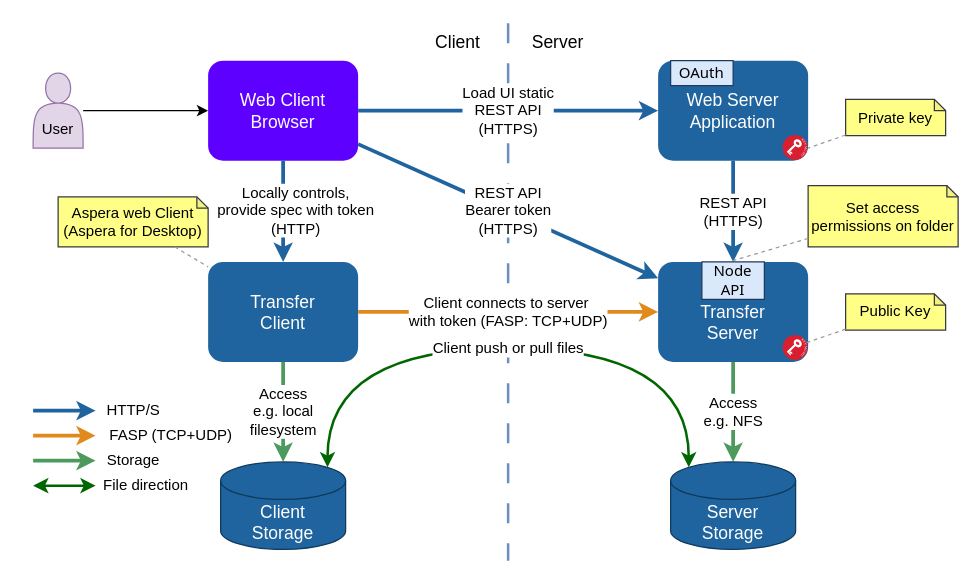
This is page "api-a3-scen" (9 of 9) of guide/images/diagrams.drawio from laurent-martin/aspera-api-examples, a draw.io file, before an edit. Source tidied: cells renumbered, new cells numbered last; positions are measured from the earlier drawing's top-left corner, leaving out a move shared by most shapes. Both pictures are drawn from the tidied source at 125%, with x=0, y=0 at pixel (32, 22).
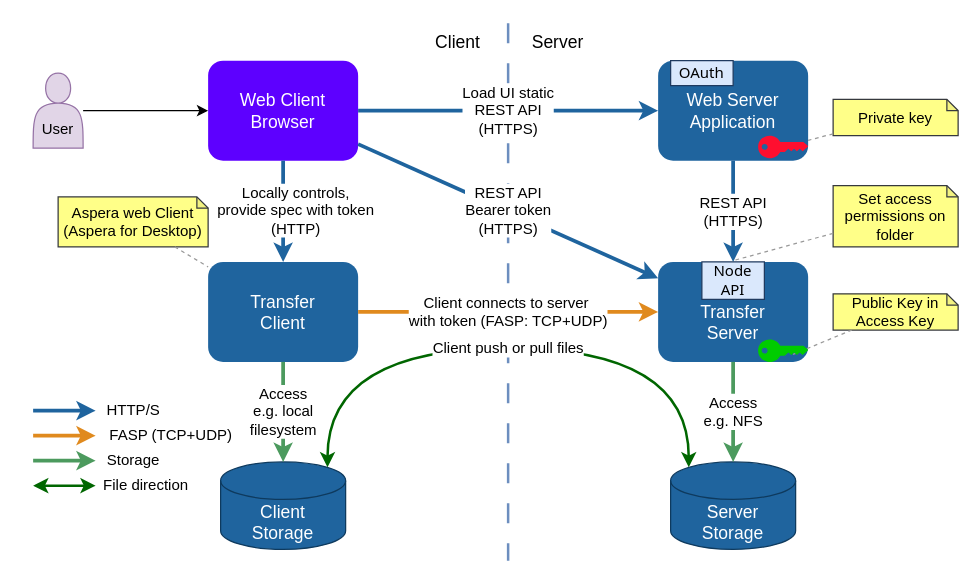
The same diagram, later.

The edit, as a diff of the source:
```diff
@@
     <mxCell id="13" value="Set access permissions on folder" style="shape=note;whiteSpace=wrap;html=1;backgroundOutline=1;darkOpacity=0.05;fillColor=#ffff88;strokeColor=#36393d;size=9;" parent="1" vertex="1">
-      <mxGeometry x="620" y="130" width="120" height="49" as="geometry" />
+      <mxGeometry x="640" y="130" width="100" height="49" as="geometry" />
     </mxCell>
@@
-    <mxCell id="30" style="image;perimeter=ellipsePerimeter;html=1;align=center;shadow=0;dashed=0;fontColor=#4277BB;labelBackgroundColor=default;fontSize=12;spacingTop=3;image=img/lib/ibm/blockchain/key_management.svg;imageBackground=none;" parent="1" vertex="1">
-      <mxGeometry x="600" y="90" width="20" height="20" as="geometry" />
-    </mxCell>
-    <mxCell id="31" style="image;perimeter=ellipsePerimeter;html=1;align=center;shadow=0;dashed=0;fontColor=#4277BB;labelBackgroundColor=default;fontSize=12;spacingTop=3;image=img/lib/ibm/blockchain/key_management.svg;imageBackground=none;" parent="1" vertex="1">
-      <mxGeometry x="600" y="250" width="20" height="20" as="geometry" />
-    </mxCell>
@@
     <mxCell id="33" value="Private key" style="shape=note;whiteSpace=wrap;html=1;backgroundOutline=1;darkOpacity=0.05;fillColor=#ffff88;strokeColor=#36393d;size=9;" parent="1" vertex="1">
-      <mxGeometry x="650" y="61" width="80" height="29" as="geometry" />
+      <mxGeometry x="640" y="61" width="100" height="29" as="geometry" />
     </mxCell>
-    <mxCell id="34" style="endArrow=none;dashed=1;html=1;strokeColor=#999999;entryX=1;entryY=0.5;entryDx=0;entryDy=0;" parent="1" edge="1" source="33" target="30">
+    <mxCell id="34" style="endArrow=none;dashed=1;html=1;strokeColor=#999999;" parent="1" edge="1" source="33" target="37">
       <mxGeometry relative="1" as="geometry" />
     </mxCell>
-    <mxCell id="35" value="Public Key" style="shape=note;whiteSpace=wrap;html=1;backgroundOutline=1;darkOpacity=0.05;fillColor=#ffff88;strokeColor=#36393d;size=9;" parent="1" vertex="1">
-      <mxGeometry x="650" y="216.5" width="80" height="29" as="geometry" />
+    <mxCell id="35" value="Public Key in Access Key" style="shape=note;whiteSpace=wrap;html=1;backgroundOutline=1;darkOpacity=0.05;fillColor=#ffff88;strokeColor=#36393d;size=9;" parent="1" vertex="1">
+      <mxGeometry x="640" y="216.5" width="100" height="29" as="geometry" />
     </mxCell>
-    <mxCell id="36" style="endArrow=none;dashed=1;html=1;strokeColor=#999999;entryX=1;entryY=0.25;entryDx=0;entryDy=0;" parent="1" edge="1" source="35" target="31">
+    <mxCell id="36" style="endArrow=none;dashed=1;html=1;strokeColor=#999999;entryX=0.7;entryY=0.667;entryDx=0;entryDy=0;entryPerimeter=0;" parent="1" edge="1" source="35" target="38">
       <mxGeometry relative="1" as="geometry" />
     </mxCell>
+    <mxCell id="37" style="points=[[0,0.5,0],[0.24,0,0],[0.5,0.28,0],[0.995,0.475,0],[0.5,0.72,0],[0.24,1,0]];verticalLabelPosition=bottom;sketch=0;html=1;verticalAlign=top;align=center;shape=mxgraph.cisco19.key;fillColor=#FF0F2F;strokeColor=none;" parent="1" vertex="1">
+      <mxGeometry x="580" y="90" width="40" height="18" as="geometry" />
+    </mxCell>
+    <mxCell id="38" style="points=[[0,0.5,0],[0.24,0,0],[0.5,0.28,0],[0.995,0.475,0],[0.5,0.72,0],[0.24,1,0]];verticalLabelPosition=bottom;sketch=0;html=1;verticalAlign=top;align=center;shape=mxgraph.cisco19.key;fillColor=#00CC00;strokeColor=none;" parent="1" vertex="1">
+      <mxGeometry x="580" y="253" width="40" height="18" as="geometry" />
+    </mxCell>
```
